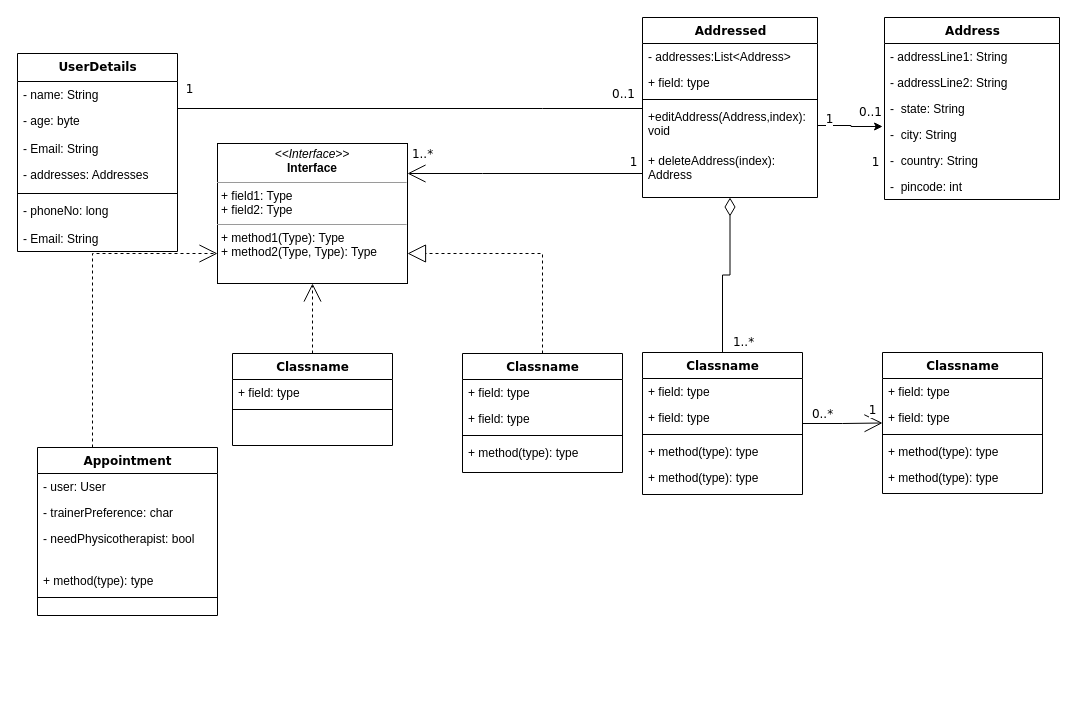
Earlier version of the draw.io diagram Untitled Diagram.drawio (TcsSurya/gitpractice). Source tidied: cells renumbered, new cells numbered last; positions are measured from the earlier drawing's top-left corner, leaving out a move shared by most shapes. Both pictures are drawn from the tidied source at 100%, with x=0, y=0 at pixel (17, 17).
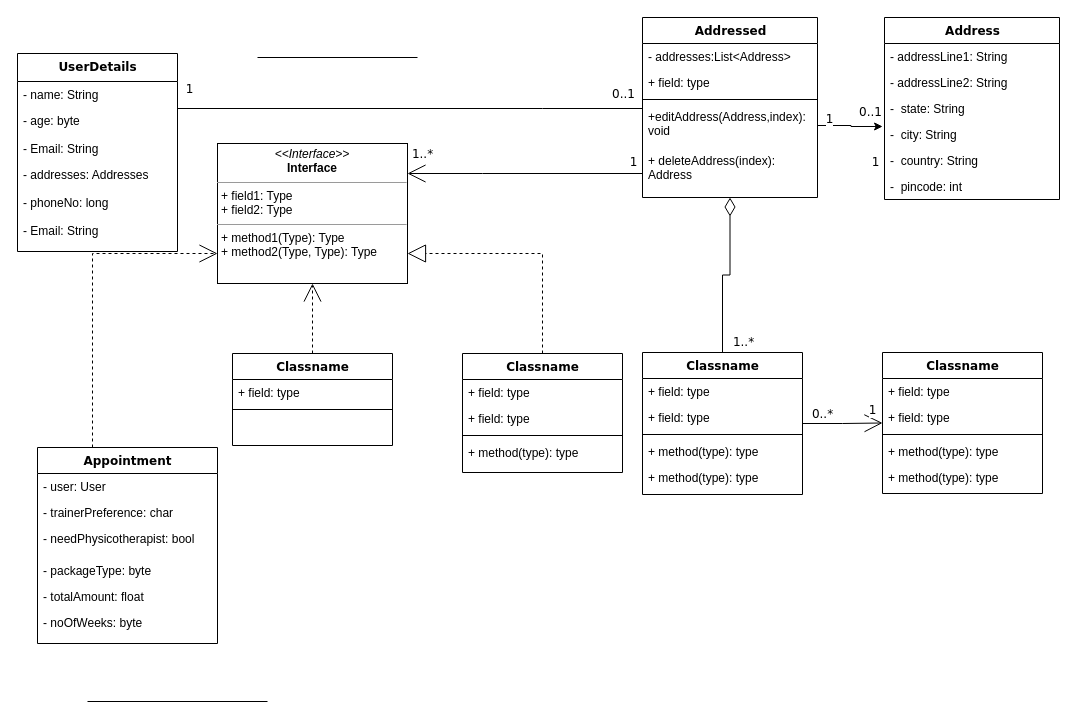
Above is the later version.

Commit message:
appointment class added

Unchanged cells that the change refers to:
```xml
<mxCell id="9" value="UserDetails" style="swimlane;html=1;fontStyle=1;align=center;verticalAlign=top;horizontal=1;startSize=28;swimlaneFillColor=#ffffff;rounded=0;shadow=0;comic=0;labelBackgroundColor=none;strokeWidth=1;fillColor=none;fontFamily=Verdana;fontSize=12;" parent="1" vertex="1">
  <mxGeometry y="36" width="160" height="198" as="geometry" />
</mxCell>
```

Diff of the diagram source:
```diff
@@
     <mxCell id="3" value="Appointment" style="swimlane;html=1;fontStyle=1;align=center;verticalAlign=top;horizontal=1;startSize=26;swimlaneFillColor=#ffffff;rounded=0;shadow=0;comic=0;labelBackgroundColor=none;strokeWidth=1;fillColor=none;fontFamily=Verdana;fontSize=12;" parent="1" vertex="1">
-      <mxGeometry x="20" y="430" width="180" height="168" as="geometry" />
+      <mxGeometry x="20" y="430" width="180" height="196" as="geometry" />
     </mxCell>
@@
     <mxCell id="6" value="- needPhysicotherapist: bool" style="text;html=1;strokeColor=none;fillColor=none;align=left;verticalAlign=top;spacingLeft=4;spacingRight=4;whiteSpace=wrap;overflow=hidden;" parent="3" vertex="1">
-      <mxGeometry y="78" width="180" height="42" as="geometry" />
+      <mxGeometry y="78" width="180" height="32" as="geometry" />
     </mxCell>
+    <mxCell id="68" value="- packageType: byte" style="text;html=1;strokeColor=none;fillColor=none;align=left;verticalAlign=top;spacingLeft=4;spacingRight=4;whiteSpace=wrap;overflow=hidden;" parent="3" vertex="1">
+      <mxGeometry y="110" width="180" height="26" as="geometry" />
+    </mxCell>
-    <mxCell id="7" value="+ method(type): type" style="text;html=1;strokeColor=none;fillColor=none;align=left;verticalAlign=top;spacingLeft=4;spacingRight=4;whiteSpace=wrap;overflow=hidden;" parent="3" vertex="1">
-      <mxGeometry y="120" width="180" height="26" as="geometry" />
+    <mxCell id="7" value="- totalAmount: float" style="text;html=1;strokeColor=none;fillColor=none;align=left;verticalAlign=top;spacingLeft=4;spacingRight=4;whiteSpace=wrap;overflow=hidden;" parent="3" vertex="1">
+      <mxGeometry y="136" width="180" height="26" as="geometry" />
     </mxCell>
-    <mxCell id="8" style="line;html=1;strokeWidth=1;fillColor=none;align=left;verticalAlign=middle;spacingTop=-1;spacingLeft=3;spacingRight=3;labelPosition=right;" parent="3" vertex="1">
-      <mxGeometry y="146" width="180" height="8" as="geometry" />
-    </mxCell>
+    <mxCell id="69" value="- noOfWeeks: byte" style="text;html=1;strokeColor=none;fillColor=none;align=left;verticalAlign=top;spacingLeft=4;spacingRight=4;whiteSpace=wrap;overflow=hidden;" parent="3" vertex="1">
+      <mxGeometry y="162" width="180" height="26" as="geometry" />
+    </mxCell>
@@
-    <mxCell id="14" style="line;html=1;strokeWidth=1;fillColor=none;align=left;verticalAlign=middle;spacingTop=-1;spacingLeft=3;spacingRight=3;labelPosition=right;" parent="9" vertex="1">
-      <mxGeometry y="136" width="160" height="8" as="geometry" />
-    </mxCell>
     <mxCell id="15" value="- phoneNo: long&amp;nbsp;" style="text;html=1;strokeColor=none;fillColor=none;align=left;verticalAlign=top;spacingLeft=4;spacingRight=4;whiteSpace=wrap;overflow=hidden;" parent="9" vertex="1">
-      <mxGeometry y="144" width="160" height="28" as="geometry" />
+      <mxGeometry y="136" width="160" height="28" as="geometry" />
     </mxCell>
     <mxCell id="16" value="- Email: String" style="text;html=1;strokeColor=none;fillColor=none;align=left;verticalAlign=top;spacingLeft=4;spacingRight=4;whiteSpace=wrap;overflow=hidden;" parent="9" vertex="1">
-      <mxGeometry y="172" width="160" height="26" as="geometry" />
+      <mxGeometry y="164" width="160" height="26" as="geometry" />
     </mxCell>
@@
+    <mxCell id="8" style="line;html=1;strokeWidth=1;fillColor=none;align=left;verticalAlign=middle;spacingTop=-1;spacingLeft=3;spacingRight=3;labelPosition=right;" parent="1" vertex="1">
+      <mxGeometry x="70" y="680" width="180" height="8" as="geometry" />
+    </mxCell>
+    <mxCell id="14" style="line;html=1;strokeWidth=1;fillColor=none;align=left;verticalAlign=middle;spacingTop=-1;spacingLeft=3;spacingRight=3;labelPosition=right;" parent="1" vertex="1">
+      <mxGeometry x="240" y="36" width="160" height="8" as="geometry" />
+    </mxCell>
```
